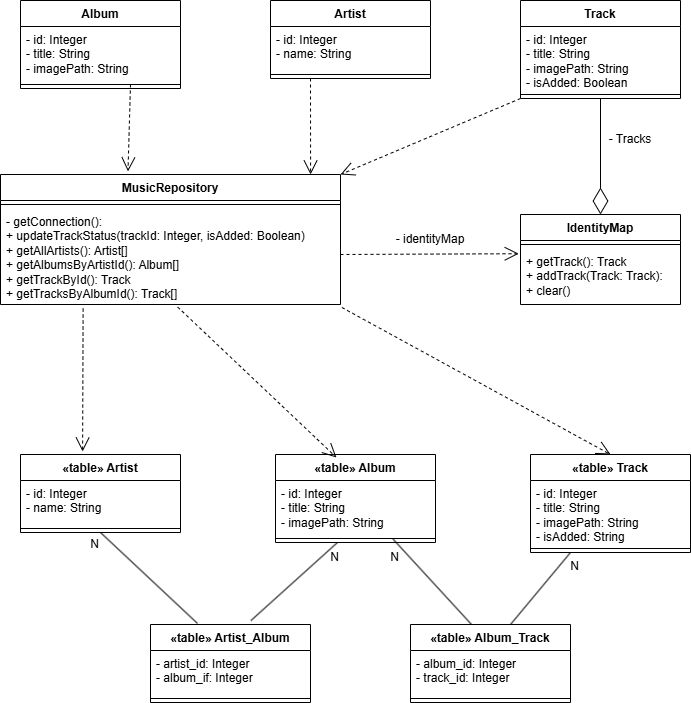
Above: lab04/ClassDiagram.png in eksbatuk/Object-oriented-analysis-and-design-2 (draw.io), before the change. Source tidied: cells renumbered, new cells last; positions are measured from the earlier drawing's top-left corner, leaving out a move shared by most shapes. Its diagram source:
```xml
<mxGraphModel>
  <root>
    <mxCell id="0" />
    <mxCell id="1" parent="0" />
    <mxCell id="2" value="Track" style="swimlane;fontStyle=1;align=center;verticalAlign=top;horizontal=1;startSize=26;whiteSpace=wrap;html=1;" parent="1" vertex="1">
      <mxGeometry x="520" width="160" height="98" as="geometry" />
    </mxCell>
    <mxCell id="3" value="- id: Integer&lt;div&gt;- title: String&lt;/div&gt;&lt;div&gt;- imagePath: String&lt;/div&gt;&lt;div&gt;- isAdded: Boolean&lt;/div&gt;" style="text;strokeColor=none;fillColor=none;align=left;verticalAlign=top;spacingLeft=4;spacingRight=4;overflow=hidden;whiteSpace=wrap;html=1;" parent="2" vertex="1">
      <mxGeometry y="26" width="160" height="64" as="geometry" />
    </mxCell>
    <mxCell id="4" style="line;strokeWidth=1;fillColor=none;align=left;verticalAlign=middle;spacingTop=-1;spacingLeft=3;spacingRight=3;labelPosition=right;strokeColor=inherit;" parent="2" vertex="1">
      <mxGeometry y="90" width="160" height="8" as="geometry" />
    </mxCell>
    <mxCell id="5" value="IdentityMap" style="swimlane;fontStyle=1;align=center;verticalAlign=top;horizontal=1;startSize=26;whiteSpace=wrap;html=1;" parent="1" vertex="1">
      <mxGeometry x="520" y="214" width="160" height="90" as="geometry" />
    </mxCell>
    <mxCell id="6" style="line;strokeWidth=1;fillColor=none;align=left;verticalAlign=middle;spacingTop=-1;spacingLeft=3;spacingRight=3;labelPosition=right;strokeColor=inherit;" parent="5" vertex="1">
      <mxGeometry y="26" width="160" height="8" as="geometry" />
    </mxCell>
    <mxCell id="7" value="+ getTrack(): Track&lt;div&gt;+ addTrack(Track: Track):&lt;/div&gt;&lt;div&gt;+ clear()&lt;/div&gt;" style="text;strokeColor=none;fillColor=none;align=left;verticalAlign=top;spacingLeft=4;spacingRight=4;overflow=hidden;points=[[0,0.5],[1,0.5]];portConstraint=eastwest;whiteSpace=wrap;html=1;" parent="5" vertex="1">
      <mxGeometry y="34" width="160" height="56" as="geometry" />
    </mxCell>
    <mxCell id="8" value="Album" style="swimlane;fontStyle=1;align=center;verticalAlign=top;horizontal=1;startSize=26;whiteSpace=wrap;html=1;" parent="1" vertex="1">
      <mxGeometry x="20" width="160" height="88" as="geometry" />
    </mxCell>
    <mxCell id="9" value="- id: Integer&lt;div&gt;- title: String&lt;/div&gt;&lt;div&gt;- imagePath: String&lt;/div&gt;" style="text;strokeColor=none;fillColor=none;align=left;verticalAlign=top;spacingLeft=4;spacingRight=4;overflow=hidden;whiteSpace=wrap;html=1;" parent="8" vertex="1">
      <mxGeometry y="26" width="160" height="54" as="geometry" />
    </mxCell>
    <mxCell id="10" style="line;strokeWidth=1;fillColor=none;align=left;verticalAlign=middle;spacingTop=-1;spacingLeft=3;spacingRight=3;labelPosition=right;strokeColor=inherit;" parent="8" vertex="1">
      <mxGeometry y="80" width="160" height="8" as="geometry" />
    </mxCell>
    <mxCell id="11" value="Artist" style="swimlane;fontStyle=1;align=center;verticalAlign=top;horizontal=1;startSize=26;whiteSpace=wrap;html=1;" parent="1" vertex="1">
      <mxGeometry x="270" width="160" height="78" as="geometry" />
    </mxCell>
    <mxCell id="12" value="- id: Integer&lt;div&gt;- name: String&lt;/div&gt;" style="text;strokeColor=none;fillColor=none;align=left;verticalAlign=top;spacingLeft=4;spacingRight=4;overflow=hidden;whiteSpace=wrap;html=1;" parent="11" vertex="1">
      <mxGeometry y="26" width="160" height="44" as="geometry" />
    </mxCell>
    <mxCell id="13" style="line;strokeWidth=1;fillColor=none;align=left;verticalAlign=middle;spacingTop=-1;spacingLeft=3;spacingRight=3;labelPosition=right;strokeColor=inherit;" parent="11" vertex="1">
      <mxGeometry y="70" width="160" height="8" as="geometry" />
    </mxCell>
    <mxCell id="14" value="MusicRepository" style="swimlane;fontStyle=1;align=center;verticalAlign=top;horizontal=1;startSize=26;whiteSpace=wrap;html=1;" parent="1" vertex="1">
      <mxGeometry y="174" width="340" height="130" as="geometry" />
    </mxCell>
    <mxCell id="15" style="line;strokeWidth=1;fillColor=none;align=left;verticalAlign=middle;spacingTop=-1;spacingLeft=3;spacingRight=3;labelPosition=right;strokeColor=inherit;" parent="14" vertex="1">
      <mxGeometry y="26" width="340" height="8" as="geometry" />
    </mxCell>
    <mxCell id="16" value="- getConnection():&lt;div&gt;+ updateTrackStatus(trackId: Integer, isAdded: Boolean)&lt;/div&gt;&lt;div&gt;+ getAllArtists(): Artist[]&lt;/div&gt;&lt;div&gt;+ getAlbumsByArtistId(): Album[]&lt;/div&gt;&lt;div&gt;+ getTrackById(): Track&lt;/div&gt;&lt;div&gt;+ getTracksByAlbumId(): Track[]&lt;/div&gt;" style="text;strokeColor=none;fillColor=none;align=left;verticalAlign=top;spacingLeft=4;spacingRight=4;overflow=hidden;points=[[0,0.5],[1,0.5]];portConstraint=eastwest;whiteSpace=wrap;html=1;" parent="14" vertex="1">
      <mxGeometry y="34" width="340" height="96" as="geometry" />
    </mxCell>
    <mxCell id="17" style="endArrow=diamondThin;endFill=0;endSize=24;html=1;rounded=0;exitX=0.5;exitY=1;exitDx=0;exitDy=0;entryX=0.5;entryY=0;entryDx=0;entryDy=0;" parent="1" edge="1" source="2" target="5">
      <mxGeometry relative="1" as="geometry" />
    </mxCell>
    <mxCell id="18" value="- Tracks" style="text;html=1;whiteSpace=wrap;strokeColor=none;fillColor=none;align=center;verticalAlign=middle;rounded=0;" parent="1" vertex="1">
      <mxGeometry x="600" y="124" width="60" height="30" as="geometry" />
    </mxCell>
    <mxCell id="19" style="endArrow=open;endSize=12;dashed=1;html=1;rounded=0;entryX=-0.011;entryY=0.093;entryDx=0;entryDy=0;entryPerimeter=0;" parent="1" edge="1" target="7">
      <mxGeometry relative="1" as="geometry">
        <mxPoint x="340" y="254" as="sourcePoint" />
      </mxGeometry>
    </mxCell>
    <mxCell id="20" value="- identityMap" style="text;html=1;whiteSpace=wrap;strokeColor=none;fillColor=none;align=center;verticalAlign=middle;rounded=0;" parent="1" vertex="1">
      <mxGeometry x="390" y="224" width="80" height="30" as="geometry" />
    </mxCell>
    <mxCell id="21" style="endArrow=open;endSize=12;dashed=1;html=1;rounded=0;entryX=0.375;entryY=-0.024;entryDx=0;entryDy=0;entryPerimeter=0;" parent="1" edge="1" target="14">
      <mxGeometry relative="1" as="geometry">
        <mxPoint x="130" y="84" as="sourcePoint" />
      </mxGeometry>
    </mxCell>
    <mxCell id="22" style="endArrow=open;endSize=12;dashed=1;html=1;rounded=0;entryX=0.912;entryY=0;entryDx=0;entryDy=0;entryPerimeter=0;exitX=0.25;exitY=1;exitDx=0;exitDy=0;" parent="1" edge="1" source="11" target="14">
      <mxGeometry relative="1" as="geometry" />
    </mxCell>
    <mxCell id="23" style="endArrow=open;endSize=12;dashed=1;html=1;rounded=0;entryX=1;entryY=0;entryDx=0;entryDy=0;exitX=0;exitY=1;exitDx=0;exitDy=0;" parent="1" edge="1" source="2" target="14">
      <mxGeometry relative="1" as="geometry" />
    </mxCell>
    <mxCell id="24" value="«table» Artist" style="swimlane;fontStyle=1;align=center;verticalAlign=top;horizontal=1;startSize=26;whiteSpace=wrap;html=1;" parent="1" vertex="1">
      <mxGeometry x="20" y="454" width="160" height="78" as="geometry" />
    </mxCell>
    <mxCell id="25" value="- id: Integer&lt;div&gt;- name: String&lt;/div&gt;" style="text;strokeColor=none;fillColor=none;align=left;verticalAlign=top;spacingLeft=4;spacingRight=4;overflow=hidden;whiteSpace=wrap;html=1;" parent="24" vertex="1">
      <mxGeometry y="26" width="160" height="44" as="geometry" />
    </mxCell>
    <mxCell id="26" style="line;strokeWidth=1;fillColor=none;align=left;verticalAlign=middle;spacingTop=-1;spacingLeft=3;spacingRight=3;labelPosition=right;strokeColor=inherit;" parent="24" vertex="1">
      <mxGeometry y="70" width="160" height="8" as="geometry" />
    </mxCell>
    <mxCell id="27" value="«table» Artist_Album" style="swimlane;fontStyle=1;align=center;verticalAlign=top;horizontal=1;startSize=26;whiteSpace=wrap;html=1;" parent="1" vertex="1">
      <mxGeometry x="150" y="624" width="160" height="78" as="geometry" />
    </mxCell>
    <mxCell id="28" value="- artist_id: Integer&lt;div&gt;- album_if: Integer&lt;/div&gt;" style="text;strokeColor=none;fillColor=none;align=left;verticalAlign=top;spacingLeft=4;spacingRight=4;overflow=hidden;whiteSpace=wrap;html=1;" parent="27" vertex="1">
      <mxGeometry y="26" width="160" height="44" as="geometry" />
    </mxCell>
    <mxCell id="29" style="line;strokeWidth=1;fillColor=none;align=left;verticalAlign=middle;spacingTop=-1;spacingLeft=3;spacingRight=3;labelPosition=right;strokeColor=inherit;" parent="27" vertex="1">
      <mxGeometry y="70" width="160" height="8" as="geometry" />
    </mxCell>
    <mxCell id="30" value="«table» Album_Track" style="swimlane;fontStyle=1;align=center;verticalAlign=top;horizontal=1;startSize=26;whiteSpace=wrap;html=1;" parent="1" vertex="1">
      <mxGeometry x="410" y="624" width="160" height="78" as="geometry" />
    </mxCell>
    <mxCell id="31" value="- album_id: Integer&lt;div&gt;- track_id: Integer&lt;/div&gt;" style="text;strokeColor=none;fillColor=none;align=left;verticalAlign=top;spacingLeft=4;spacingRight=4;overflow=hidden;whiteSpace=wrap;html=1;" parent="30" vertex="1">
      <mxGeometry y="26" width="160" height="44" as="geometry" />
    </mxCell>
    <mxCell id="32" style="line;strokeWidth=1;fillColor=none;align=left;verticalAlign=middle;spacingTop=-1;spacingLeft=3;spacingRight=3;labelPosition=right;strokeColor=inherit;" parent="30" vertex="1">
      <mxGeometry y="70" width="160" height="8" as="geometry" />
    </mxCell>
    <mxCell id="33" value="«table» Track" style="swimlane;fontStyle=1;align=center;verticalAlign=top;horizontal=1;startSize=26;whiteSpace=wrap;html=1;" parent="1" vertex="1">
      <mxGeometry x="530" y="454" width="160" height="98" as="geometry" />
    </mxCell>
    <mxCell id="34" value="- id: Integer&lt;div&gt;- title: String&lt;/div&gt;&lt;div&gt;- imagePath: String&lt;/div&gt;&lt;div&gt;- isAdded: String&lt;/div&gt;" style="text;strokeColor=none;fillColor=none;align=left;verticalAlign=top;spacingLeft=4;spacingRight=4;overflow=hidden;whiteSpace=wrap;html=1;" parent="33" vertex="1">
      <mxGeometry y="26" width="160" height="64" as="geometry" />
    </mxCell>
    <mxCell id="35" style="line;strokeWidth=1;fillColor=none;align=left;verticalAlign=middle;spacingTop=-1;spacingLeft=3;spacingRight=3;labelPosition=right;strokeColor=inherit;" parent="33" vertex="1">
      <mxGeometry y="90" width="160" height="8" as="geometry" />
    </mxCell>
    <mxCell id="36" value="«table» Album" style="swimlane;fontStyle=1;align=center;verticalAlign=top;horizontal=1;startSize=26;whiteSpace=wrap;html=1;" parent="1" vertex="1">
      <mxGeometry x="275" y="454" width="160" height="88" as="geometry" />
    </mxCell>
    <mxCell id="37" value="- id: Integer&lt;div&gt;- title: String&lt;/div&gt;&lt;div&gt;- imagePath: String&lt;/div&gt;" style="text;strokeColor=none;fillColor=none;align=left;verticalAlign=top;spacingLeft=4;spacingRight=4;overflow=hidden;whiteSpace=wrap;html=1;" parent="36" vertex="1">
      <mxGeometry y="26" width="160" height="54" as="geometry" />
    </mxCell>
    <mxCell id="38" style="line;strokeWidth=1;fillColor=none;align=left;verticalAlign=middle;spacingTop=-1;spacingLeft=3;spacingRight=3;labelPosition=right;points=[];portConstraint=eastwest;strokeColor=inherit;" parent="36" vertex="1">
      <mxGeometry y="80" width="160" height="8" as="geometry" />
    </mxCell>
    <mxCell id="39" style="endArrow=open;endSize=12;dashed=1;html=1;rounded=0;exitX=1.004;exitY=1.031;exitDx=0;exitDy=0;exitPerimeter=0;entryX=0.5;entryY=0;entryDx=0;entryDy=0;" parent="1" edge="1" source="16" target="33">
      <mxGeometry relative="1" as="geometry" />
    </mxCell>
    <mxCell id="40" style="endArrow=open;endSize=12;dashed=1;html=1;rounded=0;exitX=0.521;exitY=1.026;exitDx=0;exitDy=0;exitPerimeter=0;entryX=0.381;entryY=0.034;entryDx=0;entryDy=0;entryPerimeter=0;" parent="1" edge="1" source="16" target="36">
      <mxGeometry relative="1" as="geometry" />
    </mxCell>
    <mxCell id="41" style="endArrow=open;endSize=12;dashed=1;html=1;rounded=0;exitX=0.243;exitY=1.042;exitDx=0;exitDy=0;exitPerimeter=0;entryX=0.388;entryY=-0.038;entryDx=0;entryDy=0;entryPerimeter=0;" parent="1" edge="1" source="16" target="24">
      <mxGeometry relative="1" as="geometry" />
    </mxCell>
    <mxCell id="42" style="endArrow=none;html=1;rounded=0;entryX=0.5;entryY=1;entryDx=0;entryDy=0;exitX=0.294;exitY=-0.013;exitDx=0;exitDy=0;exitPerimeter=0;" parent="1" edge="1" source="27" target="24">
      <mxGeometry relative="1" as="geometry" />
    </mxCell>
    <mxCell id="43" value="N" style="html=1;whiteSpace=wrap;align=right;verticalAlign=bottom;" parent="42" vertex="1">
      <mxGeometry x="1" relative="1" as="geometry">
        <mxPoint y="20" as="offset" />
      </mxGeometry>
    </mxCell>
    <mxCell id="44" style="endArrow=none;html=1;rounded=0;entryX=0.25;entryY=1;entryDx=0;entryDy=0;exitX=0.625;exitY=0;exitDx=0;exitDy=0;exitPerimeter=0;" parent="1" edge="1" source="30" target="33">
      <mxGeometry relative="1" as="geometry" />
    </mxCell>
    <mxCell id="45" value="N" style="html=1;whiteSpace=wrap;align=right;verticalAlign=bottom;" parent="44" vertex="1">
      <mxGeometry x="1" relative="1" as="geometry">
        <mxPoint x="10" y="22" as="offset" />
      </mxGeometry>
    </mxCell>
    <mxCell id="46" style="endArrow=none;html=1;rounded=0;entryX=0.384;entryY=1.063;entryDx=0;entryDy=0;entryPerimeter=0;exitX=0.628;exitY=-0.051;exitDx=0;exitDy=0;exitPerimeter=0;" parent="1" edge="1" source="27" target="38">
      <mxGeometry relative="1" as="geometry" />
    </mxCell>
    <mxCell id="47" value="N" style="html=1;whiteSpace=wrap;align=right;verticalAlign=bottom;" parent="46" vertex="1">
      <mxGeometry x="1" relative="1" as="geometry">
        <mxPoint x="3" y="22" as="offset" />
      </mxGeometry>
    </mxCell>
    <mxCell id="48" style="endArrow=none;html=1;rounded=0;exitX=0.319;exitY=-0.051;exitDx=0;exitDy=0;exitPerimeter=0;entryX=0.735;entryY=0.583;entryDx=0;entryDy=0;entryPerimeter=0;" parent="1" edge="1" target="38">
      <mxGeometry relative="1" as="geometry">
        <mxPoint x="471" y="624" as="sourcePoint" />
      </mxGeometry>
    </mxCell>
    <mxCell id="49" value="N" style="html=1;whiteSpace=wrap;align=right;verticalAlign=bottom;" parent="48" vertex="1">
      <mxGeometry x="1" relative="1" as="geometry">
        <mxPoint x="7" y="26" as="offset" />
      </mxGeometry>
    </mxCell>
  </root>
</mxGraphModel>
```
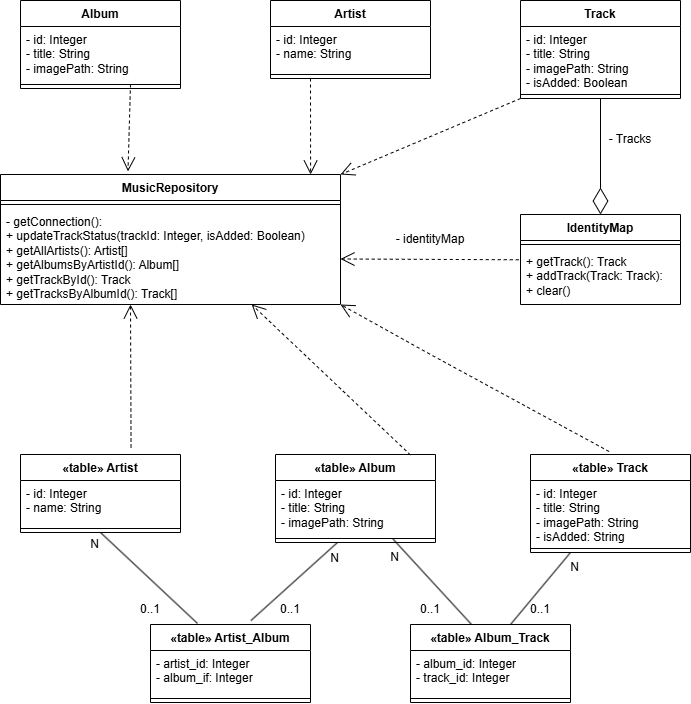
The same diagram one commit later.

Commit message:
udpated diagrams

What changed in the source:
```diff
@@ -53,9 +53,10 @@
     <mxCell id="18" value="- Tracks" style="text;html=1;whiteSpace=wrap;strokeColor=none;fillColor=none;align=center;verticalAlign=middle;rounded=0;" parent="1" vertex="1">
       <mxGeometry x="600" y="124" width="60" height="30" as="geometry" />
     </mxCell>
-    <mxCell id="19" style="endArrow=open;endSize=12;dashed=1;html=1;rounded=0;entryX=-0.011;entryY=0.093;entryDx=0;entryDy=0;entryPerimeter=0;" parent="1" edge="1" target="7">
+    <mxCell id="19" style="endArrow=open;endSize=12;dashed=1;html=1;rounded=0;entryX=-0.011;entryY=0.093;entryDx=0;entryDy=0;entryPerimeter=0;" parent="1" edge="1">
       <mxGeometry relative="1" as="geometry">
-        <mxPoint x="340" y="254" as="sourcePoint" />
+        <mxPoint x="518.2" y="259.3" as="sourcePoint" />
+        <mxPoint x="340" y="258.5" as="targetPoint" />
       </mxGeometry>
     </mxCell>
     <mxCell id="20" value="- identityMap" style="text;html=1;whiteSpace=wrap;strokeColor=none;fillColor=none;align=center;verticalAlign=middle;rounded=0;" parent="1" vertex="1">
@@ -117,14 +118,17 @@
     <mxCell id="38" style="line;strokeWidth=1;fillColor=none;align=left;verticalAlign=middle;spacingTop=-1;spacingLeft=3;spacingRight=3;labelPosition=right;points=[];portConstraint=eastwest;strokeColor=inherit;" parent="36" vertex="1">
       <mxGeometry y="80" width="160" height="8" as="geometry" />
     </mxCell>
-    <mxCell id="39" style="endArrow=open;endSize=12;dashed=1;html=1;rounded=0;exitX=1.004;exitY=1.031;exitDx=0;exitDy=0;exitPerimeter=0;entryX=0.5;entryY=0;entryDx=0;entryDy=0;" parent="1" edge="1" source="16" target="33">
-      <mxGeometry relative="1" as="geometry" />
-    </mxCell>
-    <mxCell id="40" style="endArrow=open;endSize=12;dashed=1;html=1;rounded=0;exitX=0.521;exitY=1.026;exitDx=0;exitDy=0;exitPerimeter=0;entryX=0.381;entryY=0.034;entryDx=0;entryDy=0;entryPerimeter=0;" parent="1" edge="1" source="16" target="36">
-      <mxGeometry relative="1" as="geometry" />
+    <mxCell id="40" style="endArrow=open;endSize=12;dashed=1;html=1;rounded=0;exitX=0.521;exitY=1.026;exitDx=0;exitDy=0;exitPerimeter=0;entryX=0.381;entryY=0.034;entryDx=0;entryDy=0;entryPerimeter=0;" parent="1" edge="1">
+      <mxGeometry relative="1" as="geometry">
+        <mxPoint x="410" y="454.5" as="sourcePoint" />
+        <mxPoint x="251.2" y="304" as="targetPoint" />
+      </mxGeometry>
     </mxCell>
-    <mxCell id="41" style="endArrow=open;endSize=12;dashed=1;html=1;rounded=0;exitX=0.243;exitY=1.042;exitDx=0;exitDy=0;exitPerimeter=0;entryX=0.388;entryY=-0.038;entryDx=0;entryDy=0;entryPerimeter=0;" parent="1" edge="1" source="16" target="24">
-      <mxGeometry relative="1" as="geometry" />
+    <mxCell id="41" style="endArrow=open;endSize=12;dashed=1;html=1;rounded=0;exitX=0.243;exitY=1.042;exitDx=0;exitDy=0;exitPerimeter=0;entryX=0.388;entryY=-0.038;entryDx=0;entryDy=0;entryPerimeter=0;" parent="1" edge="1">
+      <mxGeometry relative="1" as="geometry">
+        <mxPoint x="130.5" y="447" as="sourcePoint" />
+        <mxPoint x="130" y="304" as="targetPoint" />
+      </mxGeometry>
     </mxCell>
     <mxCell id="42" style="endArrow=none;html=1;rounded=0;entryX=0.5;entryY=1;entryDx=0;entryDy=0;exitX=0.294;exitY=-0.013;exitDx=0;exitDy=0;exitPerimeter=0;" parent="1" edge="1" source="27" target="24">
       <mxGeometry relative="1" as="geometry" />
@@ -160,5 +164,26 @@
         <mxPoint x="7" y="26" as="offset" />
       </mxGeometry>
     </mxCell>
+    <mxCell id="39" style="endArrow=open;endSize=12;dashed=1;html=1;rounded=0;exitX=1.004;exitY=1.031;exitDx=0;exitDy=0;exitPerimeter=0;entryX=0.5;entryY=0;entryDx=0;entryDy=0;" parent="1" edge="1">
+      <mxGeometry relative="1" as="geometry">
+        <mxPoint x="608.6" y="451" as="sourcePoint" />
+        <mxPoint x="340" y="304" as="targetPoint" />
+        <Array as="points">
+          <mxPoint x="430" y="354" />
+        </Array>
+      </mxGeometry>
+    </mxCell>
+    <mxCell id="50" value="0..1" style="text;html=1;whiteSpace=wrap;strokeColor=none;fillColor=none;align=center;verticalAlign=middle;rounded=0;" parent="1" vertex="1">
+      <mxGeometry x="510" y="594" width="60" height="30" as="geometry" />
+    </mxCell>
+    <mxCell id="51" value="0..1" style="text;html=1;whiteSpace=wrap;strokeColor=none;fillColor=none;align=center;verticalAlign=middle;rounded=0;" parent="1" vertex="1">
+      <mxGeometry x="400" y="594" width="60" height="30" as="geometry" />
+    </mxCell>
+    <mxCell id="52" value="0..1" style="text;html=1;whiteSpace=wrap;strokeColor=none;fillColor=none;align=center;verticalAlign=middle;rounded=0;" parent="1" vertex="1">
+      <mxGeometry x="260" y="594" width="60" height="30" as="geometry" />
+    </mxCell>
+    <mxCell id="53" value="0..1" style="text;html=1;whiteSpace=wrap;strokeColor=none;fillColor=none;align=center;verticalAlign=middle;rounded=0;" parent="1" vertex="1">
+      <mxGeometry x="120" y="594" width="60" height="30" as="geometry" />
+    </mxCell>
   </root>
 </mxGraphModel>
```
